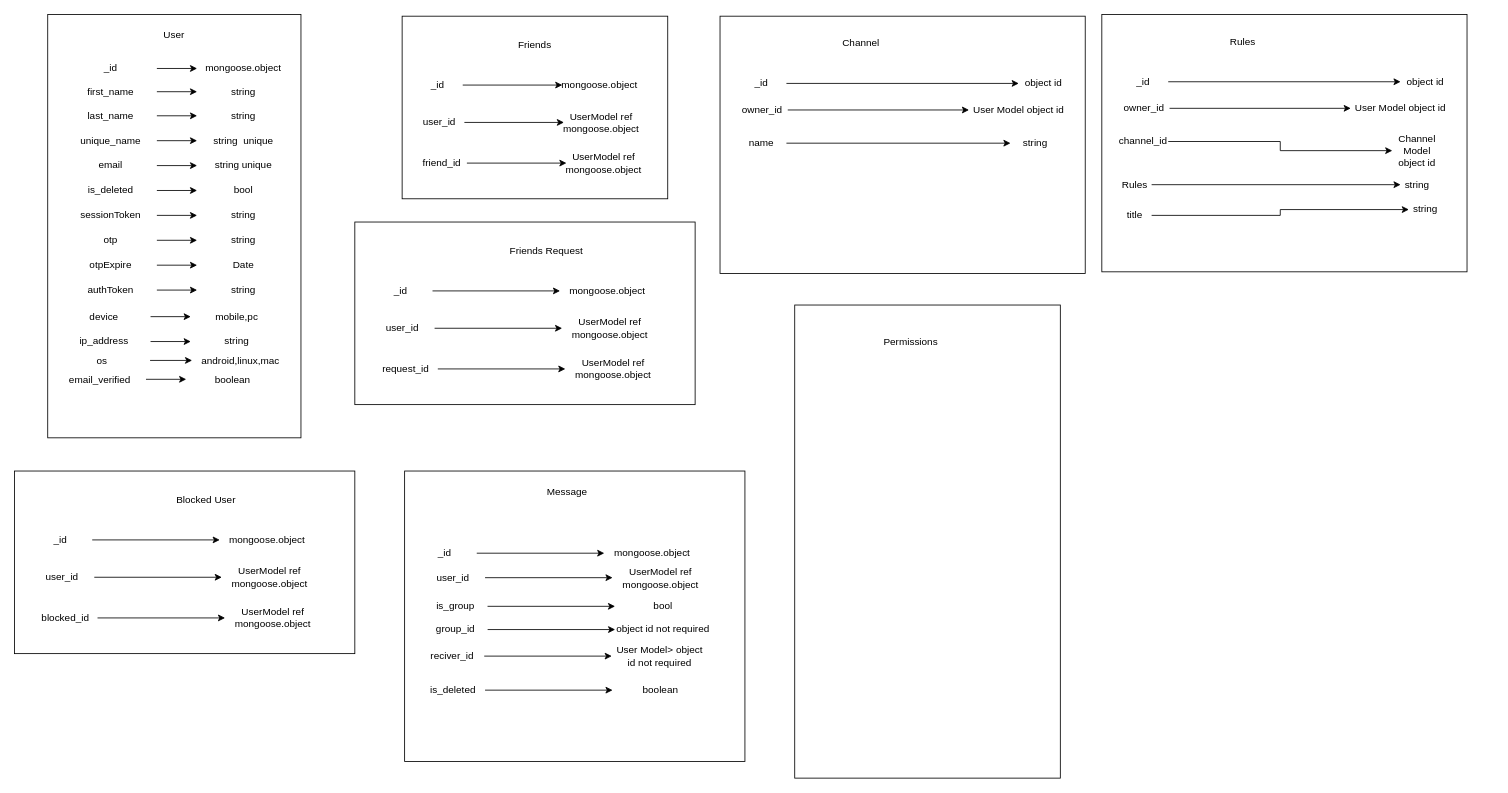
This is Discord.drawio from Aakash-Yadav23/assignments, a draw.io file, before an edit. Source tidied: cells renumbered, new cells numbered last; positions are measured from the earlier drawing's top-left corner, leaving out a move shared by most shapes. Both pictures are drawn from the tidied source at 83%, with x=0, y=0 at pixel (14, 14).
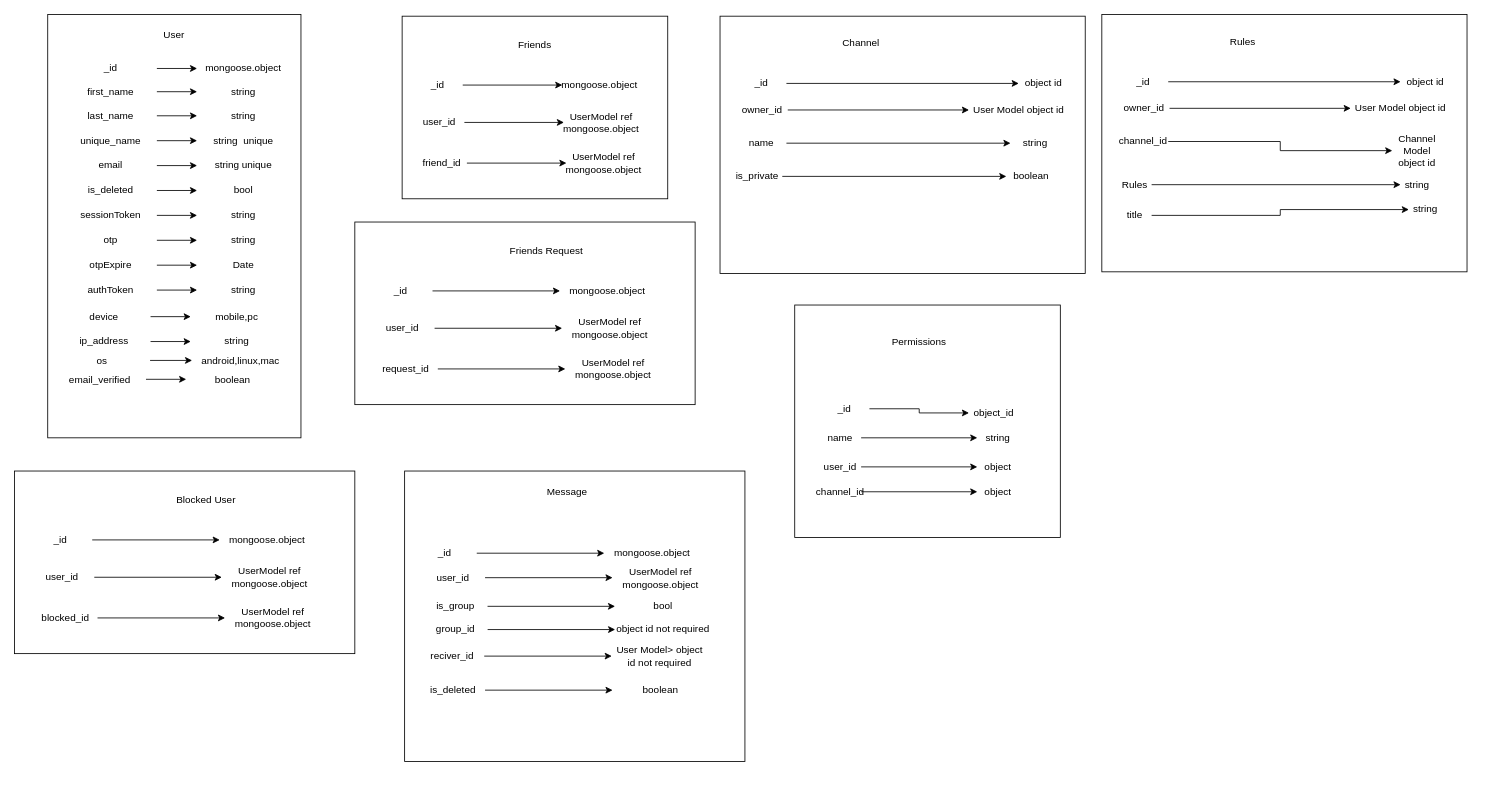
The same diagram, later.

The change refers to these unchanged cells:
```xml
<mxCell id="133" style="group;" parent="1" vertex="1">
  <mxGeometry x="850" y="2" width="440" height="310" as="geometry" />
</mxCell>
<mxCell id="137" value="_id" style="text;strokeColor=none;align=center;fillColor=none;html=1;verticalAlign=middle;whiteSpace=wrap;rounded=0;" parent="136" vertex="1">
  <mxGeometry width="60" height="30" as="geometry" />
</mxCell>
<mxCell id="143" value="name" style="text;strokeColor=none;align=center;fillColor=none;html=1;verticalAlign=middle;whiteSpace=wrap;rounded=0;" parent="142" vertex="1">
  <mxGeometry width="60" height="30" as="geometry" />
</mxCell>
```

Diff of the diagram source:
```diff
@@
+    <mxCell id="144" value="object id" style="text;strokeColor=none;align=center;fillColor=none;html=1;verticalAlign=middle;whiteSpace=wrap;rounded=0;" parent="133" vertex="1">
+      <mxGeometry x="360" y="66" width="60" height="30" as="geometry" />
+    </mxCell>
+    <mxCell id="145" style="edgeStyle=orthogonalEdgeStyle;rounded=0;jettySize=auto;html=1;" parent="133" edge="1" source="137" target="144">
+      <mxGeometry relative="1" as="geometry" />
+    </mxCell>
+    <mxCell id="175" style="group;" parent="133" vertex="1">
+      <mxGeometry x="20" y="138" width="390" height="30" as="geometry" />
+    </mxCell>
-    <mxCell id="142" style="group;" parent="133" vertex="1">
-      <mxGeometry x="20" y="138" width="302" height="30" as="geometry" />
+    <mxCell id="142" style="group;" parent="175" vertex="1">
+      <mxGeometry width="302" height="30" as="geometry" />
     </mxCell>
@@
-    <mxCell id="144" value="object id" style="text;strokeColor=none;align=center;fillColor=none;html=1;verticalAlign=middle;whiteSpace=wrap;rounded=0;" parent="133" vertex="1">
-      <mxGeometry x="360" y="66" width="60" height="30" as="geometry" />
-    </mxCell>
-    <mxCell id="145" style="edgeStyle=orthogonalEdgeStyle;rounded=0;jettySize=auto;html=1;" parent="133" edge="1" source="137" target="144">
-      <mxGeometry relative="1" as="geometry" />
-    </mxCell>
-    <mxCell id="146" value="string" style="text;strokeColor=none;align=center;fillColor=none;html=1;verticalAlign=middle;whiteSpace=wrap;rounded=0;" parent="133" vertex="1">
-      <mxGeometry x="350" y="138" width="60" height="30" as="geometry" />
+    <mxCell id="146" value="string" style="text;strokeColor=none;align=center;fillColor=none;html=1;verticalAlign=middle;whiteSpace=wrap;rounded=0;" parent="175" vertex="1">
+      <mxGeometry x="330" width="60" height="30" as="geometry" />
     </mxCell>
-    <mxCell id="147" style="edgeStyle=orthogonalEdgeStyle;rounded=0;jettySize=auto;html=1;" parent="133" edge="1" source="143" target="146">
+    <mxCell id="147" style="edgeStyle=orthogonalEdgeStyle;rounded=0;jettySize=auto;html=1;" parent="175" edge="1" source="143" target="146">
       <mxGeometry relative="1" as="geometry" />
     </mxCell>
@@
     <mxCell id="173" style="rounded=0;whiteSpace=wrap;html=1;" parent="1" vertex="1">
-      <mxGeometry x="940" y="350" width="320" height="570" as="geometry" />
+      <mxGeometry x="940" y="350" width="320" height="280" as="geometry" />
     </mxCell>
     <mxCell id="174" value="Permissions" style="text;strokeColor=none;align=center;fillColor=none;html=1;verticalAlign=middle;whiteSpace=wrap;rounded=0;" parent="1" vertex="1">
-      <mxGeometry x="1050" y="380" width="60" height="30" as="geometry" />
+      <mxGeometry x="1060" y="380" width="60" height="30" as="geometry" />
     </mxCell>
+    <mxCell id="176" style="edgeStyle=orthogonalEdgeStyle;rounded=0;jettySize=auto;html=1;" parent="1" edge="1" source="177" target="178">
+      <mxGeometry relative="1" as="geometry" />
+    </mxCell>
+    <mxCell id="177" value="_id" style="text;strokeColor=none;align=center;fillColor=none;html=1;verticalAlign=middle;whiteSpace=wrap;rounded=0;" parent="1" vertex="1">
+      <mxGeometry x="970" y="460" width="60" height="30" as="geometry" />
+    </mxCell>
+    <mxCell id="178" value="object_id" style="text;strokeColor=none;align=center;fillColor=none;html=1;verticalAlign=middle;whiteSpace=wrap;rounded=0;" parent="1" vertex="1">
+      <mxGeometry x="1150" y="465" width="60" height="30" as="geometry" />
+    </mxCell>
+    <mxCell id="179" style="edgeStyle=orthogonalEdgeStyle;rounded=0;orthogonalLoop=1;jettySize=auto;html=1;exitX=0.5;exitY=1;exitDx=0;exitDy=0;" parent="1" edge="1" source="173" target="173">
+      <mxGeometry relative="1" as="geometry" />
+    </mxCell>
+    <mxCell id="180" style="group;" parent="1" vertex="1">
+      <mxGeometry x="970" y="495" width="240" height="30" as="geometry" />
+    </mxCell>
+    <mxCell id="181" style="edgeStyle=orthogonalEdgeStyle;rounded=0;jettySize=auto;html=1;" parent="180" edge="1" source="182" target="183">
+      <mxGeometry relative="1" as="geometry" />
+    </mxCell>
+    <mxCell id="182" value="name" style="text;strokeColor=none;align=center;fillColor=none;html=1;verticalAlign=middle;whiteSpace=wrap;rounded=0;" parent="180" vertex="1">
+      <mxGeometry width="50" height="30" as="geometry" />
+    </mxCell>
+    <mxCell id="183" value="string" style="text;strokeColor=none;align=center;fillColor=none;html=1;verticalAlign=middle;whiteSpace=wrap;rounded=0;" parent="180" vertex="1">
+      <mxGeometry x="190" width="50" height="30" as="geometry" />
+    </mxCell>
+    <mxCell id="184" style="group;" parent="1" vertex="1">
+      <mxGeometry x="970" y="530" width="240" height="30" as="geometry" />
+    </mxCell>
+    <mxCell id="185" style="edgeStyle=orthogonalEdgeStyle;rounded=0;jettySize=auto;html=1;" parent="184" edge="1" source="186" target="187">
+      <mxGeometry relative="1" as="geometry" />
+    </mxCell>
+    <mxCell id="186" value="user_id" style="text;strokeColor=none;align=center;fillColor=none;html=1;verticalAlign=middle;whiteSpace=wrap;rounded=0;" parent="184" vertex="1">
+      <mxGeometry width="50" height="30" as="geometry" />
+    </mxCell>
+    <mxCell id="187" value="object" style="text;strokeColor=none;align=center;fillColor=none;html=1;verticalAlign=middle;whiteSpace=wrap;rounded=0;" parent="184" vertex="1">
+      <mxGeometry x="190" width="50" height="30" as="geometry" />
+    </mxCell>
+    <mxCell id="188" style="group;" parent="1" vertex="1">
+      <mxGeometry x="970" y="560" width="240" height="30" as="geometry" />
+    </mxCell>
+    <mxCell id="189" style="edgeStyle=orthogonalEdgeStyle;rounded=0;jettySize=auto;html=1;" parent="188" edge="1" source="190" target="191">
+      <mxGeometry relative="1" as="geometry" />
+    </mxCell>
+    <mxCell id="190" value="channel_id" style="text;strokeColor=none;align=center;fillColor=none;html=1;verticalAlign=middle;whiteSpace=wrap;rounded=0;" parent="188" vertex="1">
+      <mxGeometry width="50" height="30" as="geometry" />
+    </mxCell>
+    <mxCell id="191" value="object" style="text;strokeColor=none;align=center;fillColor=none;html=1;verticalAlign=middle;whiteSpace=wrap;rounded=0;" parent="188" vertex="1">
+      <mxGeometry x="190" width="50" height="30" as="geometry" />
+    </mxCell>
+    <mxCell id="192" style="group;" parent="1" vertex="1">
+      <mxGeometry x="865" y="180" width="390" height="30" as="geometry" />
+    </mxCell>
+    <mxCell id="193" style="group;" parent="192" vertex="1">
+      <mxGeometry width="302" height="30" as="geometry" />
+    </mxCell>
+    <mxCell id="194" value="is_private" style="text;strokeColor=none;align=center;fillColor=none;html=1;verticalAlign=middle;whiteSpace=wrap;rounded=0;" parent="193" vertex="1">
+      <mxGeometry width="60" height="30" as="geometry" />
+    </mxCell>
+    <mxCell id="195" value="boolean" style="text;strokeColor=none;align=center;fillColor=none;html=1;verticalAlign=middle;whiteSpace=wrap;rounded=0;" parent="192" vertex="1">
+      <mxGeometry x="330" width="60" height="30" as="geometry" />
+    </mxCell>
+    <mxCell id="196" style="edgeStyle=orthogonalEdgeStyle;rounded=0;jettySize=auto;html=1;" parent="192" edge="1" source="194" target="195">
+      <mxGeometry relative="1" as="geometry" />
+    </mxCell>
```
